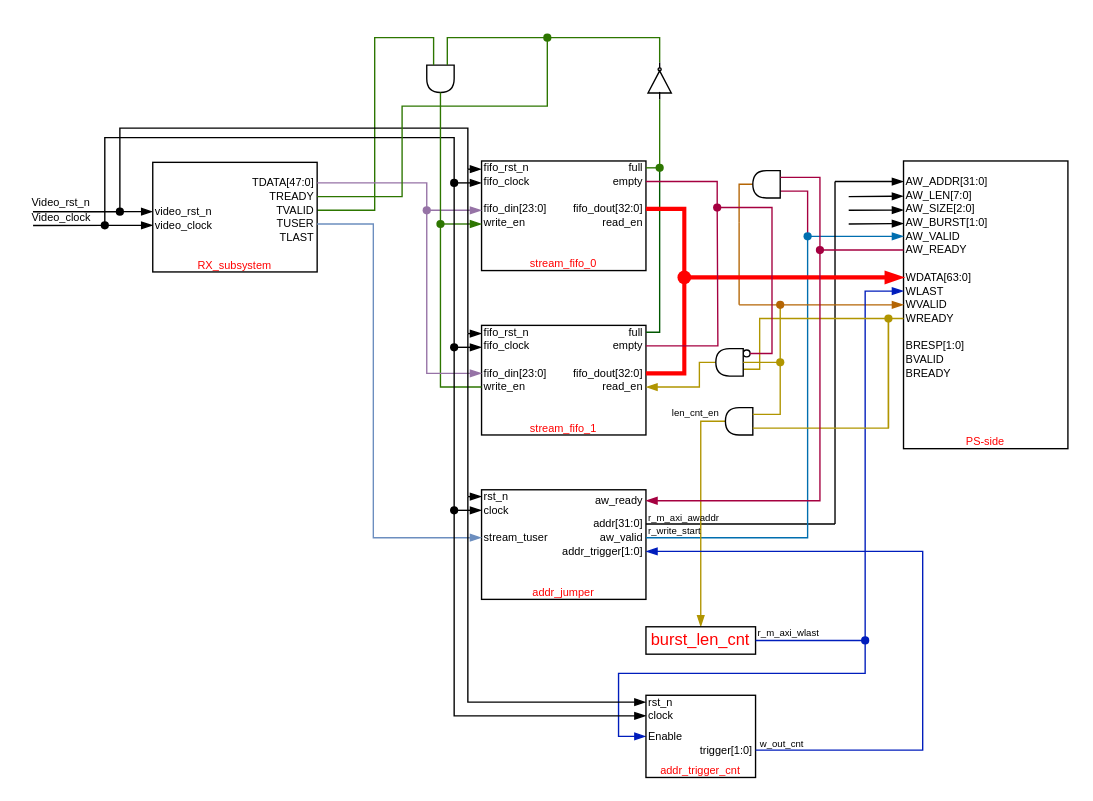
The draw.io diagram Our_design/Our_design.drawio in YZchen3467/drawio, before the edit. Source tidied: cells renumbered, new cells numbered last; positions are measured from the earlier drawing's top-left corner, leaving out a move shared by most shapes. Both pictures are drawn from the tidied source at 137%, with x=0, y=0 at pixel (29, 23).
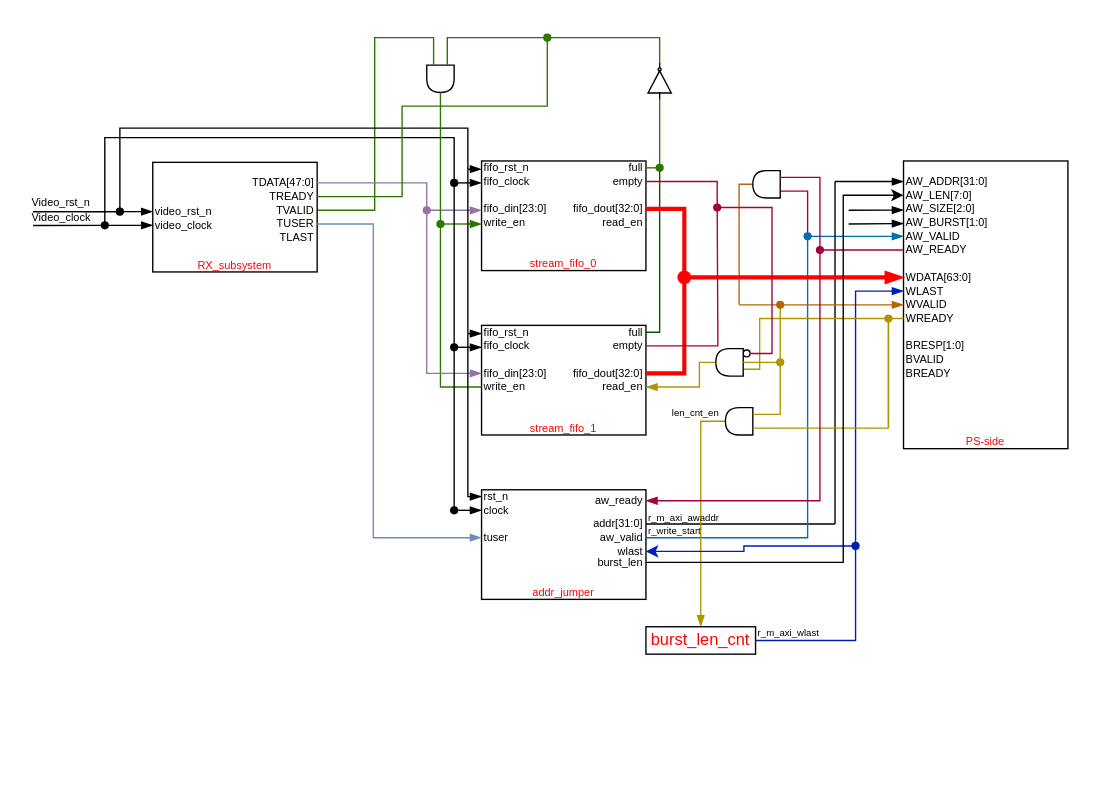
The same page after the edit.

The change refers to these unchanged cells:
```xml
<mxCell id="13" style="group;rounded=0;" parent="1" vertex="1">
  <mxGeometry x="330" y="340" width="120" height="80" as="geometry" />
</mxCell>
<mxCell id="17" value="rst_n" style="text;html=1;strokeColor=none;fillColor=none;align=left;verticalAlign=middle;whiteSpace=wrap;rounded=0;strokeWidth=0;fontSize=8;horizontal=1;" parent="13" vertex="1">
  <mxGeometry width="60" height="10" as="geometry" />
</mxCell>
<mxCell id="58" value="&lt;font style=&quot;font-size: 8px;&quot;&gt;AW_LEN[7:0]&lt;/font&gt;" style="text;html=1;strokeColor=none;fillColor=none;align=left;verticalAlign=middle;whiteSpace=wrap;rounded=0;strokeWidth=0;fontSize=8;horizontal=1;" parent="54" vertex="1">
  <mxGeometry y="20" width="60" height="10" as="geometry" />
</mxCell>
<mxCell id="64" value="&lt;font style=&quot;font-size: 8px;&quot;&gt;WLAST&lt;/font&gt;" style="text;html=1;strokeColor=none;fillColor=none;align=left;verticalAlign=middle;whiteSpace=wrap;rounded=0;strokeWidth=0;fontSize=8;horizontal=1;" parent="54" vertex="1">
  <mxGeometry y="90" width="60" height="10" as="geometry" />
</mxCell>
<mxCell id="98" value="&lt;font color=&quot;#ff0000&quot;&gt;burst_len_cnt&lt;/font&gt;" style="rounded=0;whiteSpace=wrap;html=1;" parent="1" vertex="1">
  <mxGeometry x="450" y="440" width="80" height="20" as="geometry" />
</mxCell>
<mxCell id="135" style="shape=waypoint;sketch=0;fillStyle=solid;size=6;points=[];fillColor=none;perimeter=centerPerimeter;snapToPoint=1;" parent="1" vertex="1">
  <mxGeometry x="300" y="345" width="20" height="20" as="geometry" />
</mxCell>
```

Change to the diagram source:
```diff
@@
-    <mxCell id="15" value="&lt;font style=&quot;font-size: 8px;&quot;&gt;stream_tuser&lt;/font&gt;" style="text;html=1;strokeColor=none;fillColor=none;align=left;verticalAlign=middle;whiteSpace=wrap;rounded=0;strokeWidth=0;fontSize=8;horizontal=1;" parent="13" vertex="1">
+    <mxCell id="15" value="tuser" style="text;html=1;strokeColor=none;fillColor=none;align=left;verticalAlign=middle;whiteSpace=wrap;rounded=0;strokeWidth=0;fontSize=8;horizontal=1;" parent="13" vertex="1">
       <mxGeometry y="30" width="60" height="10" as="geometry" />
     </mxCell>
@@
-    <mxCell id="18" value="&lt;font style=&quot;font-size: 8px;&quot;&gt;addr_trigger[1:0]&lt;/font&gt;" style="text;html=1;strokeColor=none;fillColor=none;align=right;verticalAlign=middle;whiteSpace=wrap;rounded=0;strokeWidth=0;fontSize=8;horizontal=1;" parent="13" vertex="1">
+    <mxCell id="18" value="wlast" style="text;html=1;strokeColor=none;fillColor=none;align=right;verticalAlign=middle;whiteSpace=wrap;rounded=0;strokeWidth=0;fontSize=8;horizontal=1;" parent="13" vertex="1">
       <mxGeometry x="60" y="40" width="60" height="10" as="geometry" />
     </mxCell>
@@
+    <mxCell id="164" value="burst_len" style="text;html=1;strokeColor=none;fillColor=none;align=right;verticalAlign=middle;whiteSpace=wrap;rounded=0;strokeWidth=0;fontSize=8;horizontal=1;" parent="13" vertex="1">
+      <mxGeometry x="60" y="48" width="60" height="10" as="geometry" />
+    </mxCell>
@@
-    <mxCell id="45" style="edgeStyle=orthogonalEdgeStyle;rounded=0;jettySize=auto;html=1;entryX=0;entryY=0.5;entryDx=0;entryDy=0;endArrow=blockThin;endFill=1;jumpStyle=none;" parent="1" edge="1" target="17">
-      <mxGeometry relative="1" as="geometry">
-        <mxPoint x="320" y="345" as="sourcePoint" />
-        <Array as="points">
-          <mxPoint x="320" y="345" />
-        </Array>
-      </mxGeometry>
-    </mxCell>
@@
-    <mxCell id="72" style="endArrow=blockThin;html=1;rounded=0;endFill=1;jumpStyle=none;" parent="1" edge="1">
-      <mxGeometry relative="1" as="geometry">
-        <mxPoint x="598" y="126" as="sourcePoint" />
-        <mxPoint x="638" y="125.7" as="targetPoint" />
-      </mxGeometry>
-    </mxCell>
@@
-    <mxCell id="96" style="edgeStyle=orthogonalEdgeStyle;rounded=0;jettySize=auto;html=1;entryX=0;entryY=0.5;entryDx=0;entryDy=0;fillColor=#0050ef;strokeColor=#001DBC;endArrow=blockThin;endFill=1;exitX=0.476;exitY=1.167;exitDx=0;exitDy=0;exitPerimeter=0;jumpStyle=none;" parent="1" edge="1" source="130" target="101">
-      <mxGeometry relative="1" as="geometry">
-        <Array as="points">
-          <mxPoint x="610" y="450" />
-          <mxPoint x="610" y="474" />
-          <mxPoint x="430" y="474" />
-          <mxPoint x="430" y="520" />
-        </Array>
-      </mxGeometry>
-    </mxCell>
     <mxCell id="97" style="edgeStyle=orthogonalEdgeStyle;rounded=0;jettySize=auto;html=1;entryX=0;entryY=0.5;entryDx=0;entryDy=0;fillColor=#0050ef;strokeColor=#001DBC;endArrow=blockThin;endFill=1;jumpStyle=none;" parent="1" edge="1" source="130" target="64">
       <mxGeometry relative="1" as="geometry">
         <Array as="points">
-          <mxPoint x="610" y="195" />
+          <mxPoint x="603" y="195" />
         </Array>
       </mxGeometry>
     </mxCell>
@@
-    <mxCell id="99" style="group;" parent="1" vertex="1">
-      <mxGeometry x="450" y="490" width="80" height="60" as="geometry" />
-    </mxCell>
-    <mxCell id="100" style="rounded=0;whiteSpace=wrap;html=1;" parent="99" vertex="1">
-      <mxGeometry width="80" height="60" as="geometry" />
-    </mxCell>
-    <mxCell id="101" value="Enable" style="text;html=1;strokeColor=none;fillColor=none;align=left;verticalAlign=middle;whiteSpace=wrap;rounded=0;strokeWidth=0;fontSize=8;horizontal=1;" parent="99" vertex="1">
-      <mxGeometry y="25" width="60" height="10" as="geometry" />
-    </mxCell>
-    <mxCell id="102" value="rst_n" style="text;html=1;strokeColor=none;fillColor=none;align=left;verticalAlign=middle;whiteSpace=wrap;rounded=0;strokeWidth=0;fontSize=8;horizontal=1;" parent="99" vertex="1">
-      <mxGeometry width="60" height="10" as="geometry" />
-    </mxCell>
-    <mxCell id="103" value="clock" style="text;html=1;strokeColor=none;fillColor=none;align=left;verticalAlign=middle;whiteSpace=wrap;rounded=0;strokeWidth=0;fontSize=8;horizontal=1;" parent="99" vertex="1">
-      <mxGeometry y="10" width="60" height="10" as="geometry" />
-    </mxCell>
-    <mxCell id="104" value="trigger[1:0]" style="text;html=1;strokeColor=none;fillColor=none;align=right;verticalAlign=middle;whiteSpace=wrap;rounded=0;strokeWidth=0;fontSize=8;horizontal=1;" parent="99" vertex="1">
-      <mxGeometry x="20" y="35" width="60" height="10" as="geometry" />
-    </mxCell>
-    <mxCell id="105" value="&lt;font color=&quot;#ff0000&quot;&gt;addr_trigger_cnt&lt;/font&gt;" style="text;html=1;strokeColor=none;fillColor=none;align=center;verticalAlign=middle;whiteSpace=wrap;rounded=0;fontSize=8;" parent="99" vertex="1">
-      <mxGeometry x="10" y="50" width="60" height="10" as="geometry" />
-    </mxCell>
-    <mxCell id="106" style="edgeStyle=orthogonalEdgeStyle;jettySize=auto;html=1;entryX=1;entryY=0.5;entryDx=0;entryDy=0;fillColor=#0050ef;strokeColor=#001DBC;rounded=0;endArrow=blockThin;endFill=1;jumpStyle=none;" parent="1" edge="1" source="104" target="18">
-      <mxGeometry relative="1" as="geometry">
-        <Array as="points">
-          <mxPoint x="652" y="530" />
-          <mxPoint x="652" y="385" />
-        </Array>
-      </mxGeometry>
-    </mxCell>
@@
-    <mxCell id="128" value="&lt;p style=&quot;line-height: 100%;&quot;&gt;&lt;span style=&quot;font-size: 7px;&quot;&gt;w_out_cnt&lt;/span&gt;&lt;/p&gt;" style="text;html=1;strokeColor=none;fillColor=none;align=center;verticalAlign=middle;whiteSpace=wrap;rounded=0;" parent="1" vertex="1">
-      <mxGeometry x="531" y="519" width="37" height="10" as="geometry" />
-    </mxCell>
     <mxCell id="129" style="edgeStyle=orthogonalEdgeStyle;rounded=0;jettySize=auto;html=1;entryDx=0;entryDy=0;fillColor=#0050ef;strokeColor=#001DBC;endArrow=none;endFill=0;jumpStyle=none;" parent="1" edge="1" source="98" target="130">
       <mxGeometry relative="1" as="geometry">
         <Array as="points">
-          <mxPoint x="610" y="450" />
+          <mxPoint x="603" y="450" />
         </Array>
       </mxGeometry>
     </mxCell>
+    <mxCell id="165" style="edgeStyle=orthogonalEdgeStyle;rounded=0;html=1;entryX=1;entryY=0.5;entryDx=0;entryDy=0;fillColor=#0050ef;strokeColor=#001DBC;" parent="1" edge="1" source="130" target="18">
+      <mxGeometry relative="1" as="geometry" />
+    </mxCell>
     <mxCell id="130" style="shape=waypoint;sketch=0;fillStyle=solid;size=6;points=[];fillColor=#0050ef;perimeter=centerPerimeter;snapToPoint=1;fontColor=#ffffff;strokeColor=#001DBC;" parent="1" vertex="1">
-      <mxGeometry x="600" y="440" width="20" height="20" as="geometry" />
+      <mxGeometry x="593" y="371" width="20" height="20" as="geometry" />
     </mxCell>
-    <mxCell id="131" style="edgeStyle=orthogonalEdgeStyle;rounded=0;orthogonalLoop=1;jettySize=auto;html=1;entryDx=0;entryDy=0;endArrow=none;endFill=0;jumpStyle=none;" parent="1" edge="1">
+    <mxCell id="131" style="edgeStyle=orthogonalEdgeStyle;rounded=0;jettySize=auto;html=1;entryDx=0;entryDy=0;endArrow=blockThin;endFill=1;jumpStyle=none;entryX=0;entryY=0.5;" parent="1" edge="1" target="17">
       <mxGeometry relative="1" as="geometry">
         <mxPoint x="320" y="226" as="sourcePoint" />
-        <mxPoint x="320" y="345" as="targetPoint" />
+        <Array as="points">
+          <mxPoint x="320" y="345" />
+        </Array>
       </mxGeometry>
     </mxCell>
-    <mxCell id="132" style="edgeStyle=orthogonalEdgeStyle;rounded=0;jettySize=auto;html=1;entryX=0;entryY=0.5;entryDx=0;entryDy=0;endArrow=blockThin;endFill=1;jumpStyle=none;" parent="1" edge="1" target="102">
-      <mxGeometry relative="1" as="geometry">
-        <mxPoint x="320" y="345" as="sourcePoint" />
-        <Array as="points">
-          <mxPoint x="320" y="495" />
-        </Array>
-      </mxGeometry>
-    </mxCell>
@@
-    <mxCell id="134" style="edgeStyle=orthogonalEdgeStyle;rounded=0;jettySize=auto;html=1;entryX=0;entryY=0.5;entryDx=0;entryDy=0;endArrow=blockThin;endFill=1;jumpStyle=none;" parent="1" edge="1" source="135" target="103">
-      <mxGeometry relative="1" as="geometry">
-        <Array as="points">
-          <mxPoint x="310" y="505" />
-        </Array>
-      </mxGeometry>
-    </mxCell>
@@
+    <mxCell id="166" style="edgeStyle=orthogonalEdgeStyle;html=1;rounded=0;entryX=0;entryY=0.5;entryDx=0;entryDy=0;" parent="1" edge="1" source="164" target="58">
+      <mxGeometry relative="1" as="geometry">
+        <Array as="points">
+          <mxPoint x="594" y="393" />
+          <mxPoint x="594" y="125" />
+        </Array>
+      </mxGeometry>
+    </mxCell>
```
